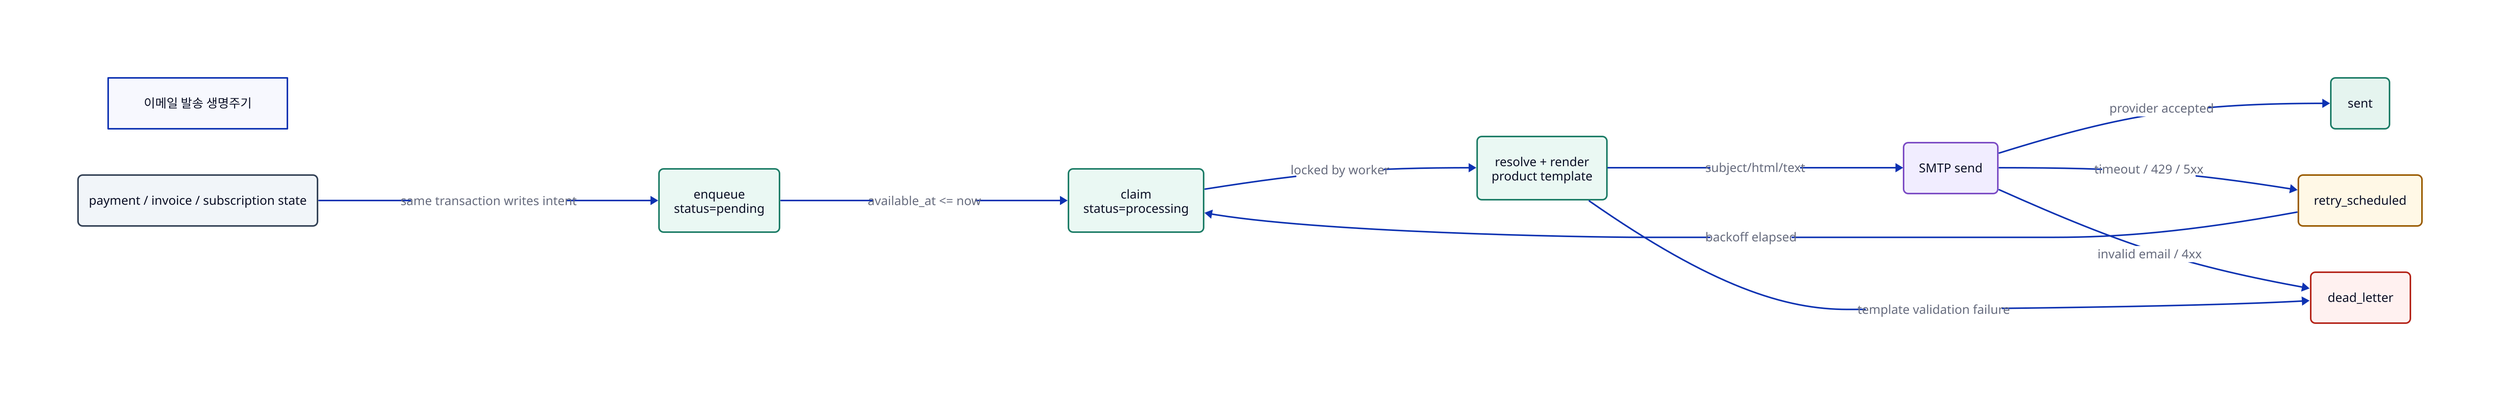
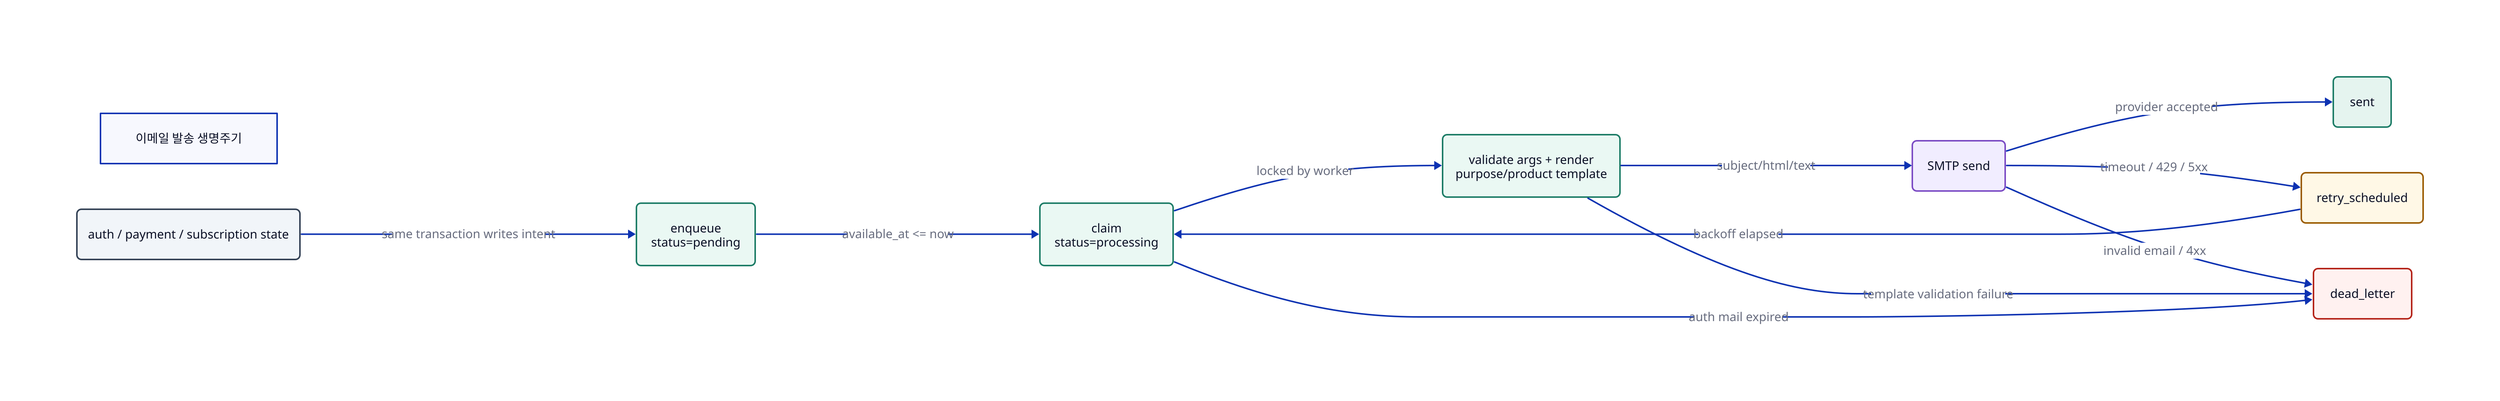
direction: right
title: "이메일 발송 생명주기"

enqueue: "enqueue\nstatus=pending" {
  shape: rectangle
  style.fill: "#eaf8f3"
  style.stroke: "#1c7c66"
  style.border-radius: 6
}
claim: "claim\nstatus=processing" {
  shape: rectangle
  style.fill: "#eaf8f3"
  style.stroke: "#1c7c66"
  style.border-radius: 6
}
- render: "resolve + render\nproduct template" {
+ render: "validate args + render\npurpose/product template" {
  shape: rectangle
  style.fill: "#eaf8f3"
  style.stroke: "#1c7c66"
  style.border-radius: 6
}
send: "SMTP send" {
  shape: rectangle
  style.fill: "#f1edff"
  style.stroke: "#7b4bc4"
  style.border-radius: 6
}
sent: "sent" {
  shape: rectangle
  style.fill: "#e5f4ef"
  style.stroke: "#1c7c66"
  style.border-radius: 6
}
retry_scheduled: "retry_scheduled" {
  shape: rectangle
  style.fill: "#fff8e6"
  style.stroke: "#9a5b00"
  style.border-radius: 6
}
dead_letter: "dead_letter" {
  shape: rectangle
  style.fill: "#fff1f0"
  style.stroke: "#b42318"
  style.border-radius: 6
}
- business_state: "payment / invoice / subscription state" {
+ business_state: "auth / payment / subscription state" {
  shape: rectangle
  style.fill: "#f1f5f9"
  style.stroke: "#334155"
  style.border-radius: 6
}

enqueue -> claim: "available_at <= now"
claim -> render: "locked by worker"
render -> send: "subject/html/text"
send -> sent: "provider accepted"
send -> retry_scheduled: "timeout / 429 / 5xx"
send -> dead_letter: "invalid email / 4xx"
render -> dead_letter: "template validation failure"
+ claim -> dead_letter: "auth mail expired"
retry_scheduled -> claim: "backoff elapsed"
business_state -> enqueue: "same transaction writes intent"
